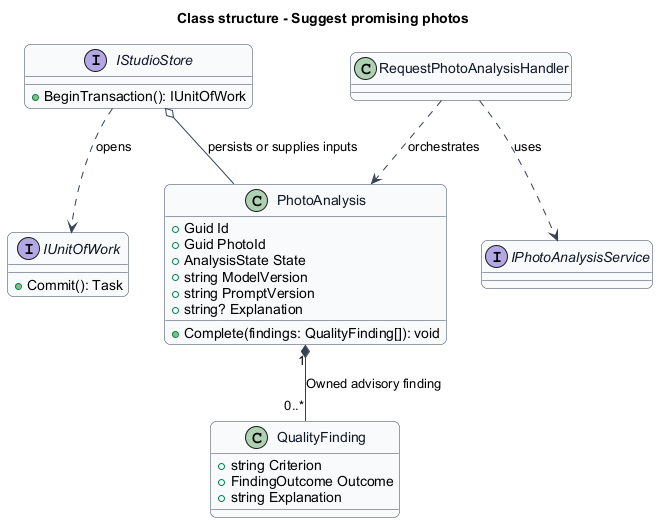
QuinntyneBrown/quinntyne-brown-studio keeps this PlantUML diagram as docs/detailed-designs/session-photos/suggest-promising-photos/diagrams/class-structure.png. Above is the earlier version. Source of this version:
```plantuml
@startuml
skinparam backgroundColor #FFFFFF
skinparam shadowing false
skinparam roundcorner 12
skinparam defaultFontName Arial
skinparam ArrowColor #344054
skinparam rectangle {
  BorderColor #344054
  FontColor #101828
}
skinparam package {
  BorderColor #667085
  FontColor #101828
  BackgroundColor #F9FAFB
}
title Class structure - Suggest promising photos
skinparam class {
 BorderColor #344054
 FontColor #101828
 BackgroundColor #F9FAFB
}
class PhotoAnalysis {
 +Guid Id
 +Guid PhotoId
 +AnalysisState State
 +string ModelVersion
 +string PromptVersion
 +string? Explanation
 +Complete(findings: QualityFinding[]): void
}
class QualityFinding {
 +string Criterion
 +FindingOutcome Outcome
 +string Explanation
}
PhotoAnalysis "1" *-- "0..*" QualityFinding : Owned advisory finding
interface IStudioStore {
 +BeginTransaction(): IUnitOfWork
}
interface IUnitOfWork {
 +Commit(): Task
}
IStudioStore ..> IUnitOfWork : opens
IStudioStore o-- PhotoAnalysis : persists or supplies inputs
interface IPhotoAnalysisService
class RequestPhotoAnalysisHandler
RequestPhotoAnalysisHandler ..> IPhotoAnalysisService : uses
RequestPhotoAnalysisHandler ..> PhotoAnalysis : orchestrates
@enduml
```
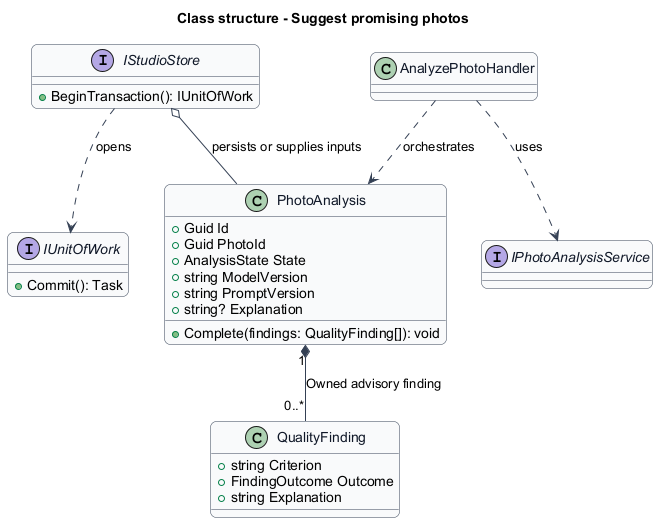
After the change.

The edit, as a diff of the source:
```diff
@@ -43,7 +43,7 @@
 IStudioStore ..> IUnitOfWork : opens
 IStudioStore o-- PhotoAnalysis : persists or supplies inputs
 interface IPhotoAnalysisService
-class RequestPhotoAnalysisHandler
-RequestPhotoAnalysisHandler ..> IPhotoAnalysisService : uses
-RequestPhotoAnalysisHandler ..> PhotoAnalysis : orchestrates
+class AnalyzePhotoHandler
+AnalyzePhotoHandler ..> IPhotoAnalysisService : uses
+AnalyzePhotoHandler ..> PhotoAnalysis : orchestrates
 @enduml
```
